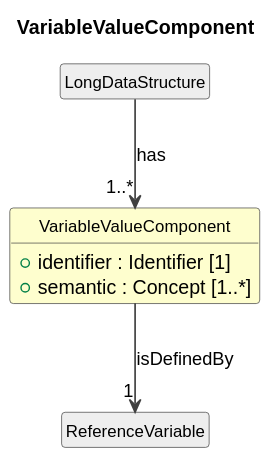
This is cdif-uml-model/CDIFDataStructure/Classes/VariableValueComponent.svg from Cross-Domain-Interoperability-Framework/metadataBuildingBlocks, a PlantUML export, as it was before one commit. The source it was exported from:
```plantuml
@startuml
title VariableValueComponent
hide circle
hide empty members
skinparam shadowing false
skinparam ArrowThickness 1.2
skinparam class {
  ArrowColor #404040
  BorderColor #404040
  FontSize 12
}

class "VariableValueComponent" as VariableValueComponent #FEFECE {
  +identifier : Identifier [1]
  +semantic : Concept [1..*]
}
class "LongDataStructure" as LongDataStructure #EEEEEE
LongDataStructure --> "1..*" VariableValueComponent : has
class "ReferenceVariable" as ReferenceVariable #EEEEEE
VariableValueComponent --> "1" ReferenceVariable : isDefinedBy
@enduml
```
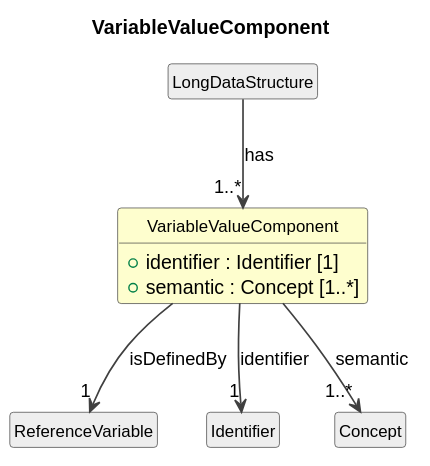
Later version of the same file.

The edit, as a diff of the source:
```diff
@@ -18,4 +18,8 @@
 LongDataStructure --> "1..*" VariableValueComponent : has
 class "ReferenceVariable" as ReferenceVariable #EEEEEE
 VariableValueComponent --> "1" ReferenceVariable : isDefinedBy
+class "Identifier" as Identifier #EEEEEE
+VariableValueComponent --> "1" Identifier : identifier
+class "Concept" as Concept #EEEEEE
+VariableValueComponent --> "1..*" Concept : semantic
 @enduml
```
